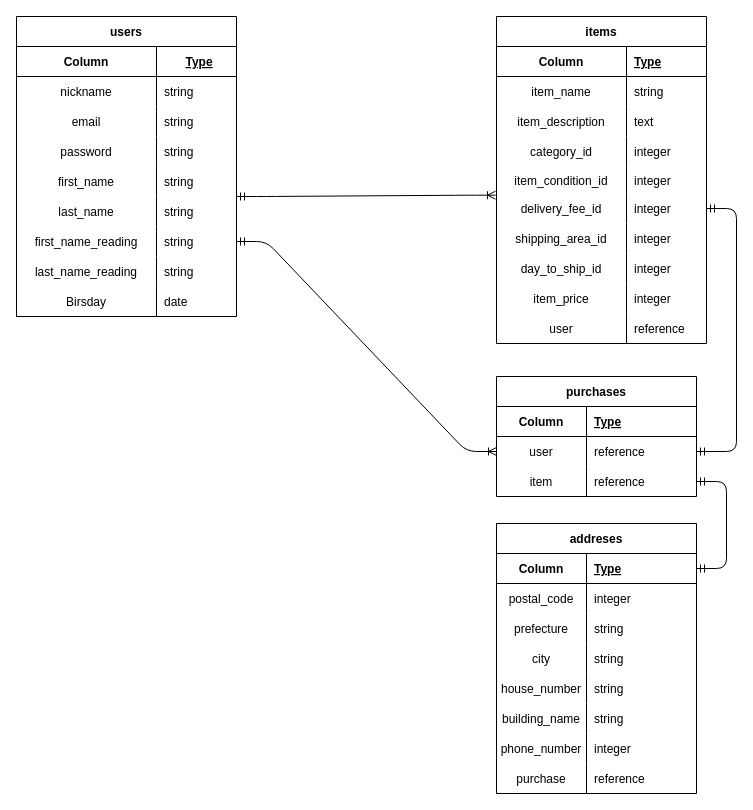
Before: tables.dio in kpen-3104/furima-34565, a draw.io diagram. Source tidied: cells renumbered, new cells numbered last; positions are measured from the earlier drawing's top-left corner, leaving out a move shared by most shapes. Both pictures are drawn from the tidied source at 100%, with x=0, y=0 at pixel (16, 16).
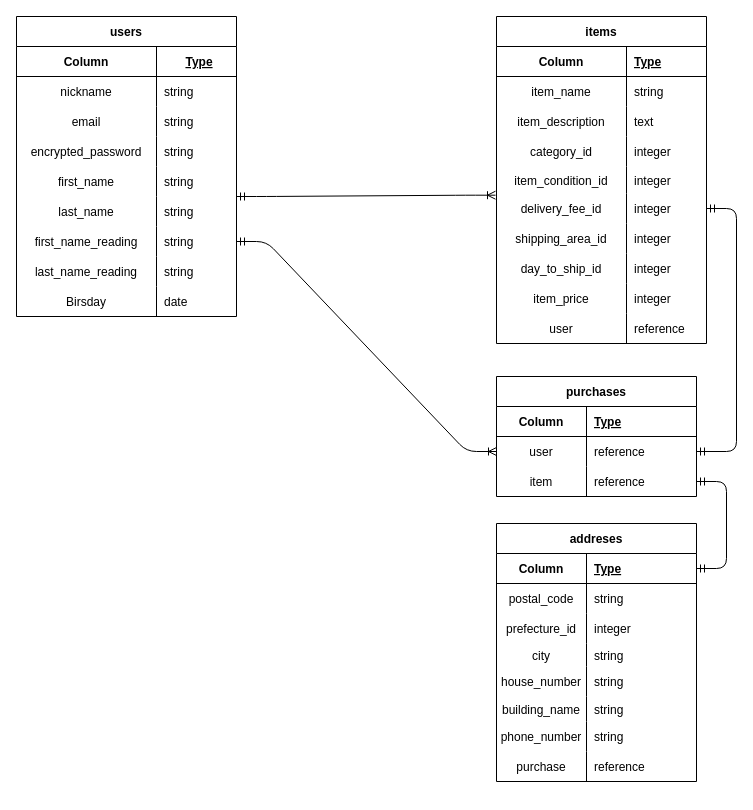
The same page after the edit.

Commit message (it also covers changes not shown here):
データベース設計の修正２

The change refers to these unchanged cells:
```xml
<mxCell id="12" style="shape=partialRectangle;fillColor=none;top=0;left=0;bottom=0;right=0;" parent="2" vertex="1">
  <mxGeometry y="120" width="220" height="30" as="geometry" />
</mxCell>
<mxCell id="75" style="shape=partialRectangle;fillColor=none;top=0;left=0;bottom=0;right=0;" parent="71" vertex="1">
  <mxGeometry y="60" width="200" height="30" as="geometry" />
</mxCell>
<mxCell id="78" style="shape=partialRectangle;fillColor=none;top=0;left=0;bottom=0;right=0;" parent="71" vertex="1">
  <mxGeometry y="90" width="200" height="30" as="geometry" />
</mxCell>
```

Diff of the diagram source:
```diff
@@
-    <mxCell id="13" value="password" style="shape=partialRectangle;fillColor=none;top=0;left=0;bottom=0;right=0;overflow=hidden;" parent="12" vertex="1">
+    <mxCell id="13" value="encrypted_password" style="shape=partialRectangle;fillColor=none;top=0;left=0;bottom=0;right=0;overflow=hidden;" parent="12" vertex="1">
       <mxGeometry width="140" height="30" as="geometry" />
     </mxCell>
@@
     <mxCell id="71" value="addreses" style="shape=table;startSize=30;childLayout=tableLayout;rowLines=0;fontStyle=1;align=center;fillColor=none;" parent="1" vertex="1">
-      <mxGeometry x="480" y="507" width="200" height="270" as="geometry" />
+      <mxGeometry x="480" y="507" width="200" height="258" as="geometry" />
     </mxCell>
@@
-    <mxCell id="77" value="integer" style="shape=partialRectangle;fillColor=none;top=0;left=0;bottom=0;right=0;align=left;spacingLeft=6;overflow=hidden;" parent="75" vertex="1">
+    <mxCell id="77" value="string" style="shape=partialRectangle;fillColor=none;top=0;left=0;bottom=0;right=0;align=left;spacingLeft=6;overflow=hidden;" parent="75" vertex="1">
       <mxGeometry x="90" width="110" height="30" as="geometry" />
     </mxCell>
@@
-    <mxCell id="79" value="prefecture" style="shape=partialRectangle;fillColor=none;top=0;left=0;bottom=0;right=0;overflow=hidden;" parent="78" vertex="1">
+    <mxCell id="79" value="prefecture_id" style="shape=partialRectangle;fillColor=none;top=0;left=0;bottom=0;right=0;overflow=hidden;" parent="78" vertex="1">
       <mxGeometry width="90" height="30" as="geometry" />
     </mxCell>
-    <mxCell id="80" value="string" style="shape=partialRectangle;fillColor=none;top=0;left=0;bottom=0;right=0;align=left;spacingLeft=6;overflow=hidden;" parent="78" vertex="1">
+    <mxCell id="80" value="integer" style="shape=partialRectangle;fillColor=none;top=0;left=0;bottom=0;right=0;align=left;spacingLeft=6;overflow=hidden;" parent="78" vertex="1">
       <mxGeometry x="90" width="110" height="30" as="geometry" />
     </mxCell>
     <mxCell id="81" style="shape=partialRectangle;fillColor=none;top=0;left=0;bottom=0;right=0;" parent="71" vertex="1">
-      <mxGeometry y="120" width="200" height="30" as="geometry" />
+      <mxGeometry y="120" width="200" height="23" as="geometry" />
     </mxCell>
     <mxCell id="82" value="city" style="shape=partialRectangle;fillColor=none;top=0;left=0;bottom=0;right=0;overflow=hidden;" parent="81" vertex="1">
-      <mxGeometry width="90" height="30" as="geometry" />
+      <mxGeometry width="90" height="23" as="geometry" />
     </mxCell>
     <mxCell id="83" value="string" style="shape=partialRectangle;fillColor=none;top=0;left=0;bottom=0;right=0;align=left;spacingLeft=6;overflow=hidden;" parent="81" vertex="1">
-      <mxGeometry x="90" width="110" height="30" as="geometry" />
+      <mxGeometry x="90" width="110" height="23" as="geometry" />
     </mxCell>
     <mxCell id="84" style="shape=partialRectangle;fillColor=none;top=0;left=0;bottom=0;right=0;" parent="71" vertex="1">
-      <mxGeometry y="150" width="200" height="30" as="geometry" />
+      <mxGeometry y="143" width="200" height="30" as="geometry" />
     </mxCell>
@@
     <mxCell id="87" style="shape=partialRectangle;fillColor=none;top=0;left=0;bottom=0;right=0;" parent="71" vertex="1">
-      <mxGeometry y="180" width="200" height="30" as="geometry" />
+      <mxGeometry y="173" width="200" height="25" as="geometry" />
     </mxCell>
     <mxCell id="88" value="building_name" style="shape=partialRectangle;fillColor=none;top=0;left=0;bottom=0;right=0;overflow=hidden;" parent="87" vertex="1">
-      <mxGeometry width="90" height="30" as="geometry" />
+      <mxGeometry width="90" height="25" as="geometry" />
     </mxCell>
     <mxCell id="89" value="string" style="shape=partialRectangle;fillColor=none;top=0;left=0;bottom=0;right=0;align=left;spacingLeft=6;overflow=hidden;" parent="87" vertex="1">
-      <mxGeometry x="90" width="110" height="30" as="geometry" />
+      <mxGeometry x="90" width="110" height="25" as="geometry" />
     </mxCell>
     <mxCell id="90" style="shape=partialRectangle;fillColor=none;top=0;left=0;bottom=0;right=0;" parent="71" vertex="1">
-      <mxGeometry y="210" width="200" height="30" as="geometry" />
+      <mxGeometry y="198" width="200" height="30" as="geometry" />
     </mxCell>
@@
-    <mxCell id="92" value="integer" style="shape=partialRectangle;fillColor=none;top=0;left=0;bottom=0;right=0;align=left;spacingLeft=6;overflow=hidden;" parent="90" vertex="1">
+    <mxCell id="92" value="string" style="shape=partialRectangle;fillColor=none;top=0;left=0;bottom=0;right=0;align=left;spacingLeft=6;overflow=hidden;" parent="90" vertex="1">
       <mxGeometry x="90" width="110" height="30" as="geometry" />
     </mxCell>
     <mxCell id="93" style="shape=partialRectangle;fillColor=none;top=0;left=0;bottom=0;right=0;" parent="71" vertex="1">
-      <mxGeometry y="240" width="200" height="30" as="geometry" />
+      <mxGeometry y="228" width="200" height="30" as="geometry" />
     </mxCell>
```
